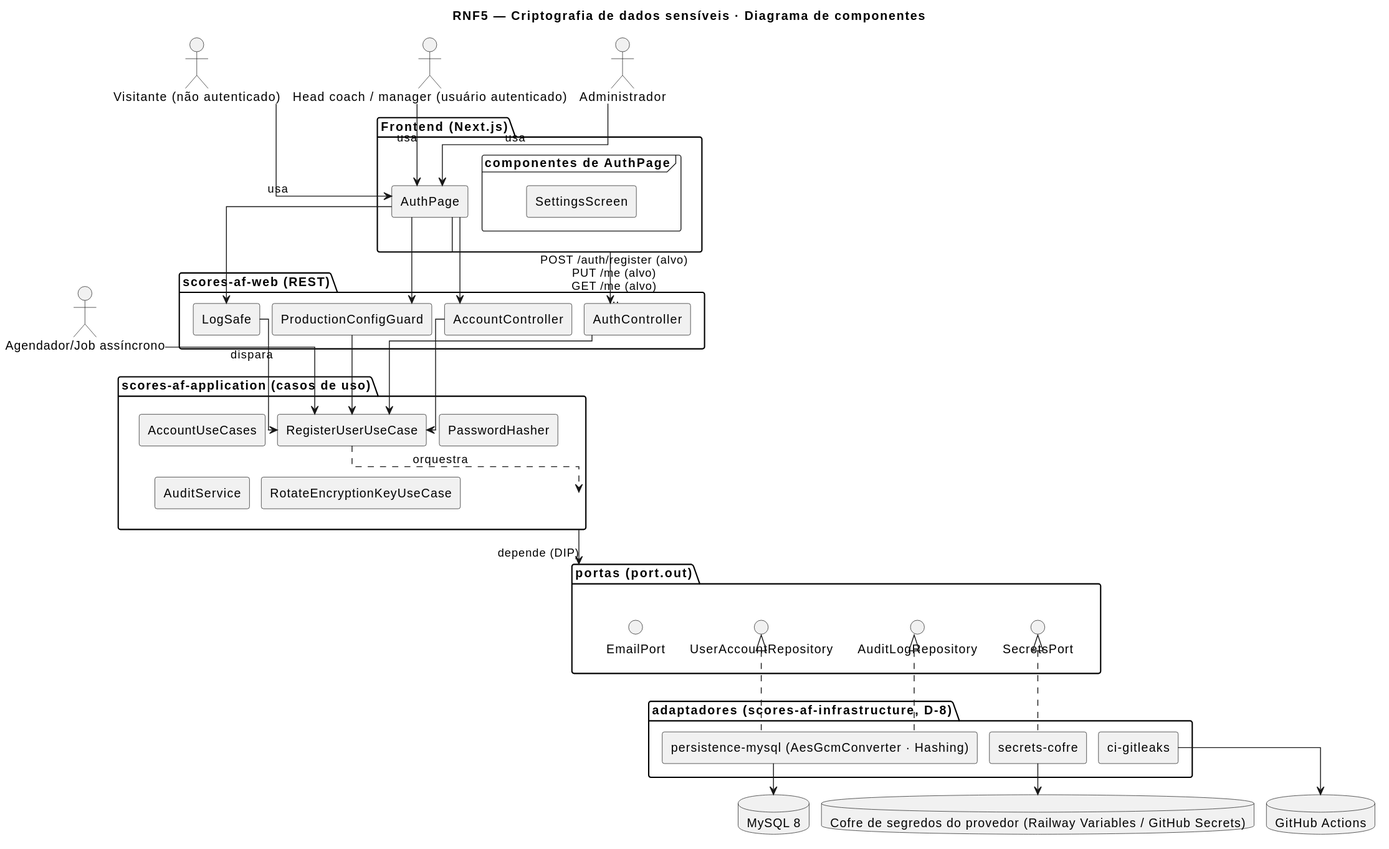
This is docs/RNF5/RNF5-cmp.svg from MatheusHaliski/Scores-American-Football, a PlantUML export, as it was before one commit. Source of this version:
```plantuml
@startuml
title RNF5 — Criptografia de dados sensíveis · Diagrama de componentes
skinparam componentStyle rectangle
skinparam linetype ortho
skinparam nodesep 14
skinparam ranksep 36
actor "Visitante (não autenticado)" as c1
actor "Head coach / manager (usuário autenticado)" as c2
actor "Administrador" as c3
actor "Agendador/Job assíncrono" as c4
package "Frontend (Next.js)" as pkg_fe {
  component "AuthPage" as c5
  frame "componentes de AuthPage" as pkg_fe_sub {
    component "SettingsScreen" as c6
  }
}
package "scores-af-web (REST)" as pkg_web {
  component "AuthController" as c7
  component "AccountController" as c8
  component "ProductionConfigGuard" as c9
  component "LogSafe" as c10
}
package "scores-af-application (casos de uso)" as pkg_app {
  component "RegisterUserUseCase" as c11
  component "AccountUseCases" as c12
  component "PasswordHasher" as c13
  component "AuditService" as c14
  component "RotateEncryptionKeyUseCase" as c15
}
package "portas (port.out)" as pkg_ports {
  interface "UserAccountRepository" as c16
  interface "AuditLogRepository" as c17
  interface "EmailPort" as c18
  interface "SecretsPort" as c19
}
package "adaptadores (scores-af-infrastructure, D-8)" as pkg_ad {
  component "persistence-mysql (AesGcmConverter · Hashing)" as c20
  component "secrets-cofre" as c21
  component "ci-gitleaks" as c22
}
database "MySQL 8" as s1
database "Cofre de segredos do provedor (Railway Variables / GitHub Secrets)" as s2
database "GitHub Actions" as s3
c1 --> c5 : usa
c2 --> c5 : usa
c3 --> c5 : usa
c4 --> c11 : dispara
c5 --> c7 : POST /auth/register (alvo)\nPUT /me (alvo)\nGET /me (alvo)\n…
c5 --> c8
c5 --> c9
c5 --> c10
c7 --> c11
c8 --> c11
c9 --> c11
c10 --> c11
c11 ..> pkg_app : orquestra
pkg_app --> pkg_ports : depende (DIP)
c20 .up.|> c16
c20 .up.|> c17
c21 .up.|> c19
c20 --> s1
c21 --> s2
c22 --> s3
@enduml
```
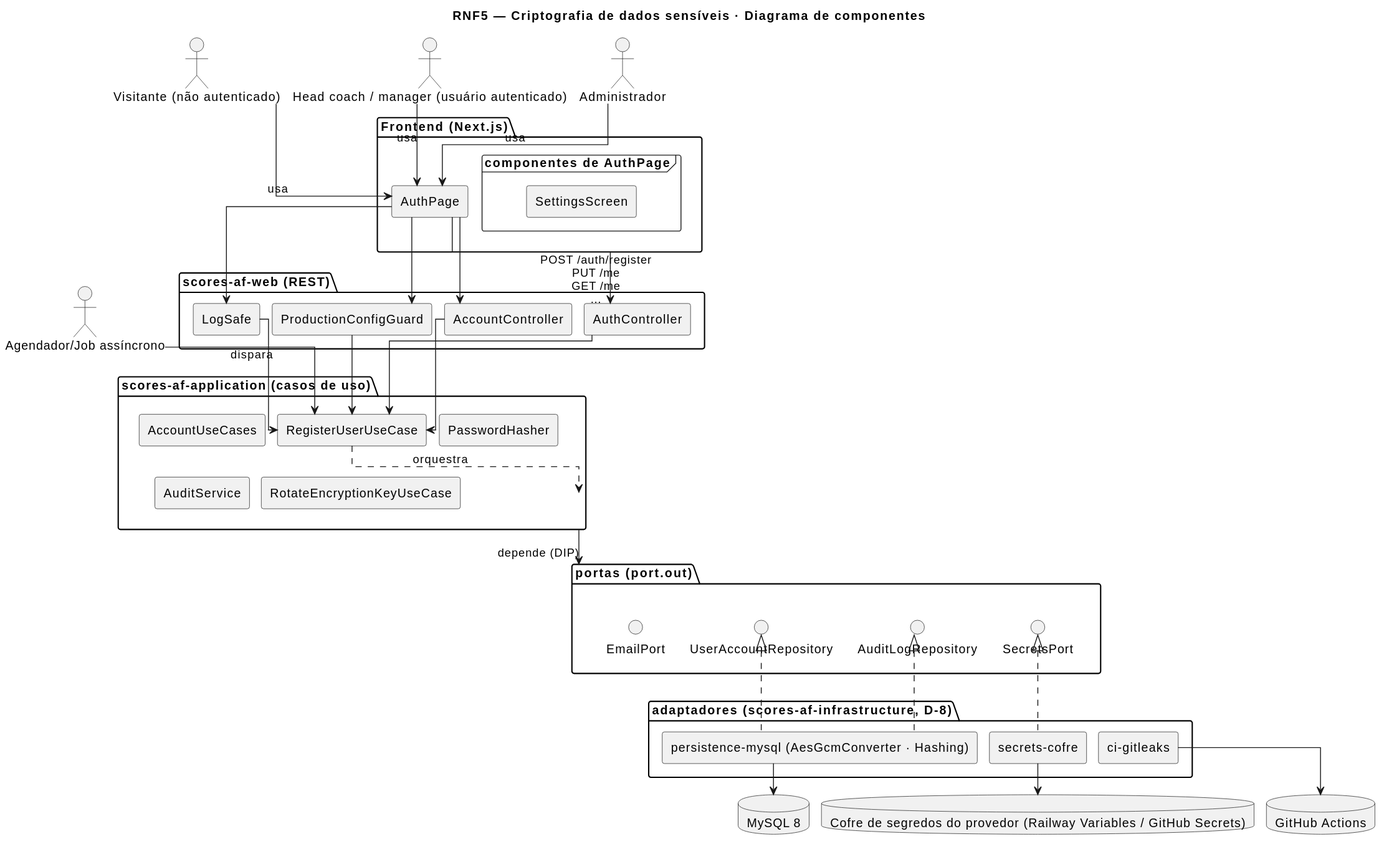
The same diagram one commit later.

Diff of the diagram source:
```diff
@@ -45,7 +45,7 @@
 c2 --> c5 : usa
 c3 --> c5 : usa
 c4 --> c11 : dispara
-c5 --> c7 : POST /auth/register (alvo)\nPUT /me (alvo)\nGET /me (alvo)\n…
+c5 --> c7 : POST /auth/register\nPUT /me\nGET /me\n…
 c5 --> c8
 c5 --> c9
 c5 --> c10
```
